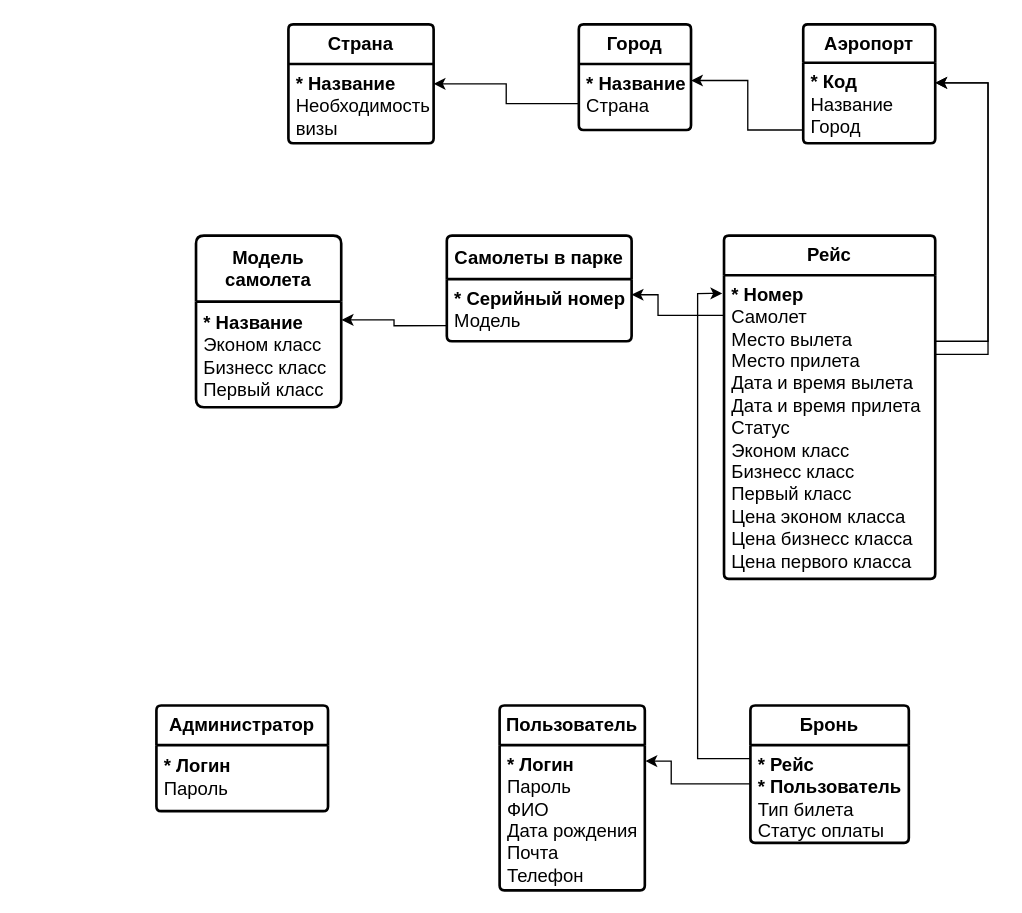
Above: doc/relational.drawio in Yappyd/course_project_2024 (draw.io), before the change. Source tidied: cells renumbered, new cells numbered last; positions are measured from the earlier drawing's top-left corner, leaving out a move shared by most shapes. Both pictures are drawn from the tidied source at 132%, with x=0, y=0 at pixel (156, 24).
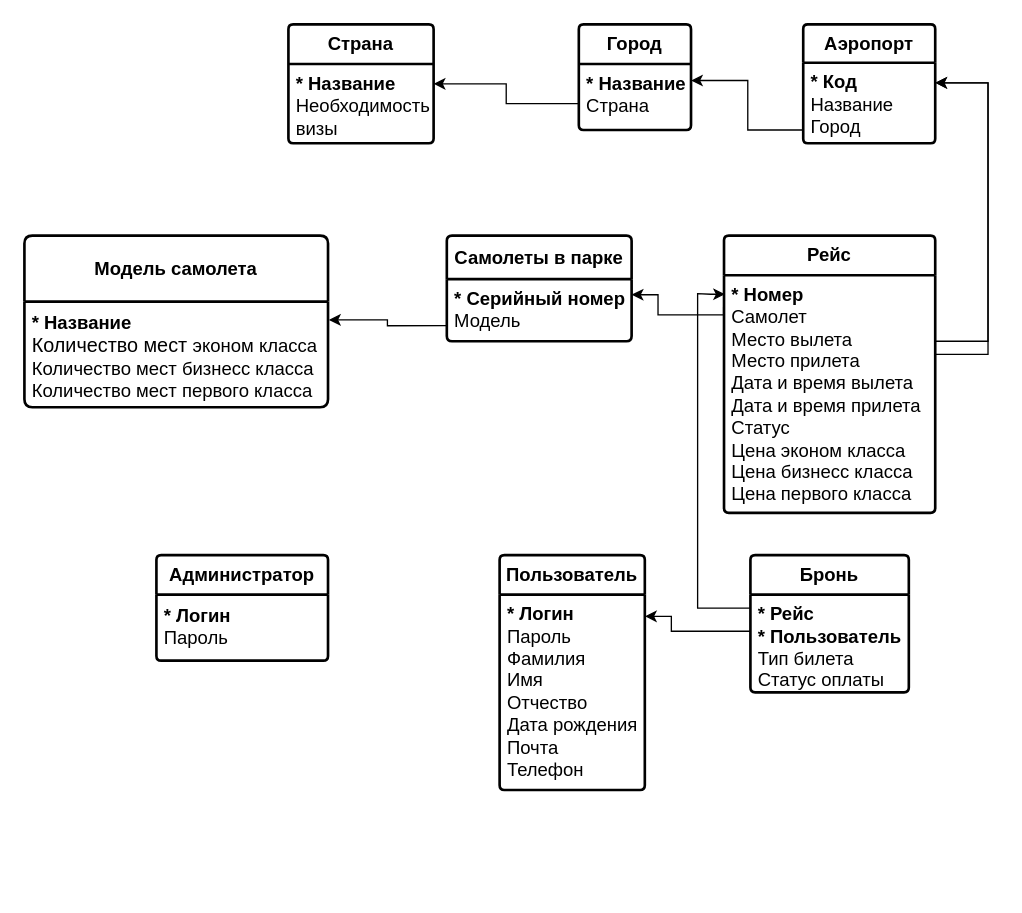
The same page after the edit.

Commit message (it also covers changes not shown here):
Небольшие изменения в erd и relational диаграммах

The change refers to these unchanged cells:
```xml
<mxCell id="17" value="&lt;font style=&quot;font-size: 14px;&quot;&gt;&lt;b&gt;* Рейс&lt;br&gt;* Пользователь&lt;/b&gt;&lt;br&gt;Тип билета&lt;br&gt;Статус оплаты&lt;br&gt;&lt;/font&gt;" style="align=left;strokeColor=none;fillColor=none;spacingLeft=4;fontSize=12;verticalAlign=top;html=1;" parent="16" vertex="1">
  <mxGeometry y="30" width="120" height="74" as="geometry" />
</mxCell>
```

The edit, as a diff of the source:
```diff
@@
     <mxCell id="2" value="&lt;b&gt;Пользователь&lt;/b&gt;" style="swimlane;horizontal=1;startSize=30;rounded=1;fontSize=14;fontStyle=0;strokeWidth=2;shadow=0;dashed=0;align=center;arcSize=4;whiteSpace=wrap;html=1;" parent="1" vertex="1">
-      <mxGeometry x="260" y="516" width="110" height="140" as="geometry" />
+      <mxGeometry x="260" y="402" width="110" height="178" as="geometry" />
     </mxCell>
-    <mxCell id="3" value="&lt;font style=&quot;font-size: 14px;&quot;&gt;&lt;b&gt;* Логин&lt;br&gt;&lt;/b&gt;Пароль&lt;br&gt;ФИО&lt;br&gt;Дата рождения&lt;br&gt;Почта&lt;br&gt;Телефон&lt;/font&gt;" style="align=left;strokeColor=none;fillColor=none;spacingLeft=4;fontSize=12;verticalAlign=top;html=1;" parent="2" vertex="1">
-      <mxGeometry y="30" width="110" height="110" as="geometry" />
+    <mxCell id="3" value="&lt;font style=&quot;font-size: 14px;&quot;&gt;&lt;b&gt;* Логин&lt;br&gt;&lt;/b&gt;Пароль&lt;br&gt;Фамилия&lt;br&gt;Имя&lt;br&gt;Отчество&lt;br&gt;Дата рождения&lt;br&gt;Почта&lt;br&gt;Телефон&lt;/font&gt;" style="align=left;strokeColor=none;fillColor=none;spacingLeft=4;fontSize=12;verticalAlign=top;html=1;" parent="2" vertex="1">
+      <mxGeometry y="30" width="110" height="148" as="geometry" />
     </mxCell>
     <mxCell id="4" value="&lt;b&gt;Модель самолета&lt;/b&gt;" style="swimlane;horizontal=1;startSize=50;rounded=1;fontSize=14;fontStyle=0;strokeWidth=2;shadow=0;dashed=0;align=center;arcSize=4;whiteSpace=wrap;html=1;" parent="1" vertex="1">
-      <mxGeometry x="30" y="160" width="110" height="130" as="geometry" />
+      <mxGeometry x="-100" y="160" width="230" height="130" as="geometry" />
     </mxCell>
-    <mxCell id="5" value="&lt;div style=&quot;font-size: 15px;&quot;&gt;&lt;b style=&quot;background-color: initial; font-size: 14px;&quot;&gt;* Название&lt;/b&gt;&lt;/div&gt;&lt;font style=&quot;font-size: 14px;&quot;&gt;&lt;div style=&quot;&quot;&gt;&lt;span style=&quot;background-color: initial;&quot;&gt;Эконом класс&lt;/span&gt;&lt;/div&gt;&lt;div style=&quot;&quot;&gt;&lt;span style=&quot;background-color: initial;&quot;&gt;Бизнесс класс&lt;/span&gt;&lt;/div&gt;&lt;div style=&quot;&quot;&gt;&lt;span style=&quot;background-color: initial;&quot;&gt;Первый класс&lt;/span&gt;&lt;/div&gt;&lt;/font&gt;" style="align=left;strokeColor=none;fillColor=none;spacingLeft=4;fontSize=12;verticalAlign=top;html=1;" parent="4" vertex="1">
-      <mxGeometry y="50" width="110" height="80" as="geometry" />
+    <mxCell id="5" value="&lt;div style=&quot;font-size: 15px;&quot;&gt;&lt;b style=&quot;background-color: initial; font-size: 14px;&quot;&gt;* Название&lt;/b&gt;&lt;/div&gt;&lt;div style=&quot;font-size: 15px;&quot;&gt;Количество мест&amp;nbsp;&lt;span style=&quot;font-size: 14px; background-color: initial; border-color: var(--border-color);&quot;&gt;эконом класса&lt;/span&gt;&lt;/div&gt;&lt;div style=&quot;border-color: var(--border-color); font-size: 14px;&quot;&gt;&lt;span style=&quot;border-color: var(--border-color); background-color: initial;&quot;&gt;Количество мест бизнесс класса&lt;/span&gt;&lt;/div&gt;&lt;div style=&quot;border-color: var(--border-color); font-size: 14px;&quot;&gt;&lt;span style=&quot;border-color: var(--border-color); background-color: initial;&quot;&gt;Количество мест первого класса&lt;/span&gt;&lt;/div&gt;" style="align=left;strokeColor=none;fillColor=none;spacingLeft=4;fontSize=12;verticalAlign=top;html=1;" parent="4" vertex="1">
+      <mxGeometry y="50" width="230" height="80" as="geometry" />
     </mxCell>
@@
     <mxCell id="14" value="&lt;b&gt;Рейс&lt;/b&gt;" style="swimlane;horizontal=1;startSize=30;rounded=1;fontSize=14;fontStyle=0;strokeWidth=2;shadow=0;dashed=0;align=center;arcSize=4;whiteSpace=wrap;html=1;" parent="1" vertex="1">
-      <mxGeometry x="430" y="160" width="160" height="260" as="geometry" />
+      <mxGeometry x="430" y="160" width="160" height="210" as="geometry" />
     </mxCell>
-    <mxCell id="15" value="&lt;font style=&quot;font-size: 14px;&quot;&gt;&lt;b&gt;* Номер&lt;/b&gt;&lt;br&gt;Самолет&lt;br&gt;Место вылета&lt;br&gt;Место прилета&lt;br&gt;Дата и время вылета&lt;br&gt;Дата и время прилета&lt;br&gt;Статус&lt;br&gt;Эконом класс&lt;br&gt;Бизнесс класс&lt;br&gt;Первый класс&lt;br&gt;Цена эконом класса&lt;br&gt;Цена бизнесс класса&lt;br&gt;Цена первого класса&lt;br&gt;&lt;/font&gt;" style="align=left;strokeColor=none;fillColor=none;spacingLeft=4;fontSize=12;verticalAlign=top;html=1;" parent="14" vertex="1">
-      <mxGeometry y="30" width="160" height="230" as="geometry" />
+    <mxCell id="15" value="&lt;font style=&quot;font-size: 14px;&quot;&gt;&lt;b&gt;* Номер&lt;/b&gt;&lt;br&gt;Самолет&lt;br&gt;Место вылета&lt;br&gt;Место прилета&lt;br&gt;Дата и время вылета&lt;br&gt;Дата и время прилета&lt;br&gt;Статус&lt;br&gt;Цена эконом класса&lt;br&gt;Цена бизнесс класса&lt;br&gt;Цена первого класса&lt;br&gt;&lt;/font&gt;" style="align=left;strokeColor=none;fillColor=none;spacingLeft=4;fontSize=12;verticalAlign=top;html=1;" parent="14" vertex="1">
+      <mxGeometry y="30" width="160" height="180" as="geometry" />
     </mxCell>
     <mxCell id="16" value="&lt;b&gt;Бронь&lt;/b&gt;" style="swimlane;horizontal=1;startSize=30;rounded=1;fontSize=14;fontStyle=0;strokeWidth=2;shadow=0;dashed=0;align=center;arcSize=4;whiteSpace=wrap;html=1;" parent="1" vertex="1">
-      <mxGeometry x="450" y="516" width="120" height="104" as="geometry" />
+      <mxGeometry x="450" y="402" width="120" height="104" as="geometry" />
     </mxCell>
@@
     <mxCell id="18" value="&lt;b&gt;Администратор&lt;/b&gt;" style="swimlane;horizontal=1;startSize=30;rounded=1;fontSize=14;fontStyle=0;strokeWidth=2;shadow=0;dashed=0;align=center;arcSize=4;whiteSpace=wrap;html=1;" parent="1" vertex="1">
-      <mxGeometry y="516" width="130" height="80" as="geometry" />
+      <mxGeometry y="402" width="130" height="80" as="geometry" />
     </mxCell>
@@
-    <mxCell id="26" style="edgeStyle=orthogonalEdgeStyle;rounded=0;jettySize=auto;html=1;entryX=-0.001;entryY=0.396;entryDx=0;entryDy=0;entryPerimeter=0;exitX=1.004;exitY=0.11;exitDx=0;exitDy=0;exitPerimeter=0;startArrow=classic;startFill=1;endArrow=none;endFill=0;" parent="1" edge="1" source="3" target="17">
+    <mxCell id="26" style="edgeStyle=orthogonalEdgeStyle;rounded=0;orthogonalLoop=1;jettySize=auto;html=1;entryX=-0.001;entryY=0.396;entryDx=0;entryDy=0;entryPerimeter=0;startArrow=classic;startFill=1;endArrow=none;endFill=0;" parent="1" edge="1">
       <mxGeometry relative="1" as="geometry">
+        <mxPoint x="370.1" y="448.4" as="sourcePoint" />
+        <mxPoint x="450" y="459.7" as="targetPoint" />
         <Array as="points">
-          <mxPoint x="390" y="558" />
-          <mxPoint x="390" y="575" />
+          <mxPoint x="370.1" y="448.4" />
+          <mxPoint x="390.1" y="448.4" />
+          <mxPoint x="390.1" y="459.4" />
         </Array>
       </mxGeometry>
     </mxCell>
-    <mxCell id="27" style="edgeStyle=orthogonalEdgeStyle;rounded=0;jettySize=auto;html=1;entryX=0.003;entryY=0.138;entryDx=0;entryDy=0;entryPerimeter=0;startArrow=classic;startFill=1;endArrow=none;endFill=0;exitX=-0.008;exitY=0.06;exitDx=0;exitDy=0;exitPerimeter=0;" parent="1" edge="1" source="15" target="17">
+    <mxCell id="27" style="edgeStyle=orthogonalEdgeStyle;rounded=0;jettySize=auto;html=1;entryX=0.003;entryY=0.138;entryDx=0;entryDy=0;entryPerimeter=0;startArrow=classic;startFill=1;endArrow=none;endFill=0;exitX=0.005;exitY=0.08;exitDx=0;exitDy=0;exitPerimeter=0;" parent="1" edge="1" source="15" target="17">
       <mxGeometry relative="1" as="geometry">
         <Array as="points">
           <mxPoint x="420" y="204" />
           <mxPoint x="410" y="204" />
           <mxPoint x="410" y="556" />
         </Array>
       </mxGeometry>
     </mxCell>
```
